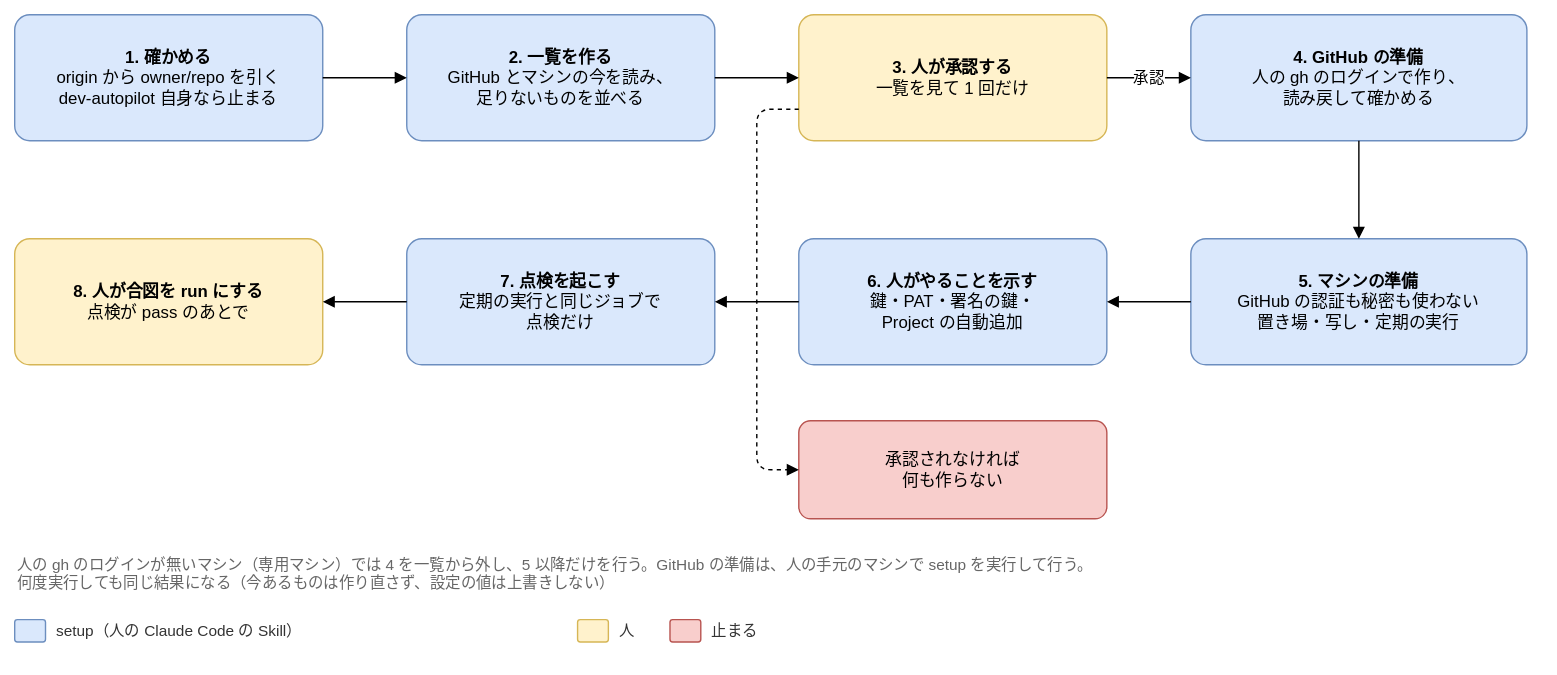
Joymerrevent/dev-autopilot keeps this draw.io diagram as docs/design/basic/diagrams/04-setup-flow.drawio.svg. Above is the earlier version. Source tidied: cells renumbered, new cells last; positions are measured from the earlier drawing's top-left corner, leaving out a move shared by most shapes.
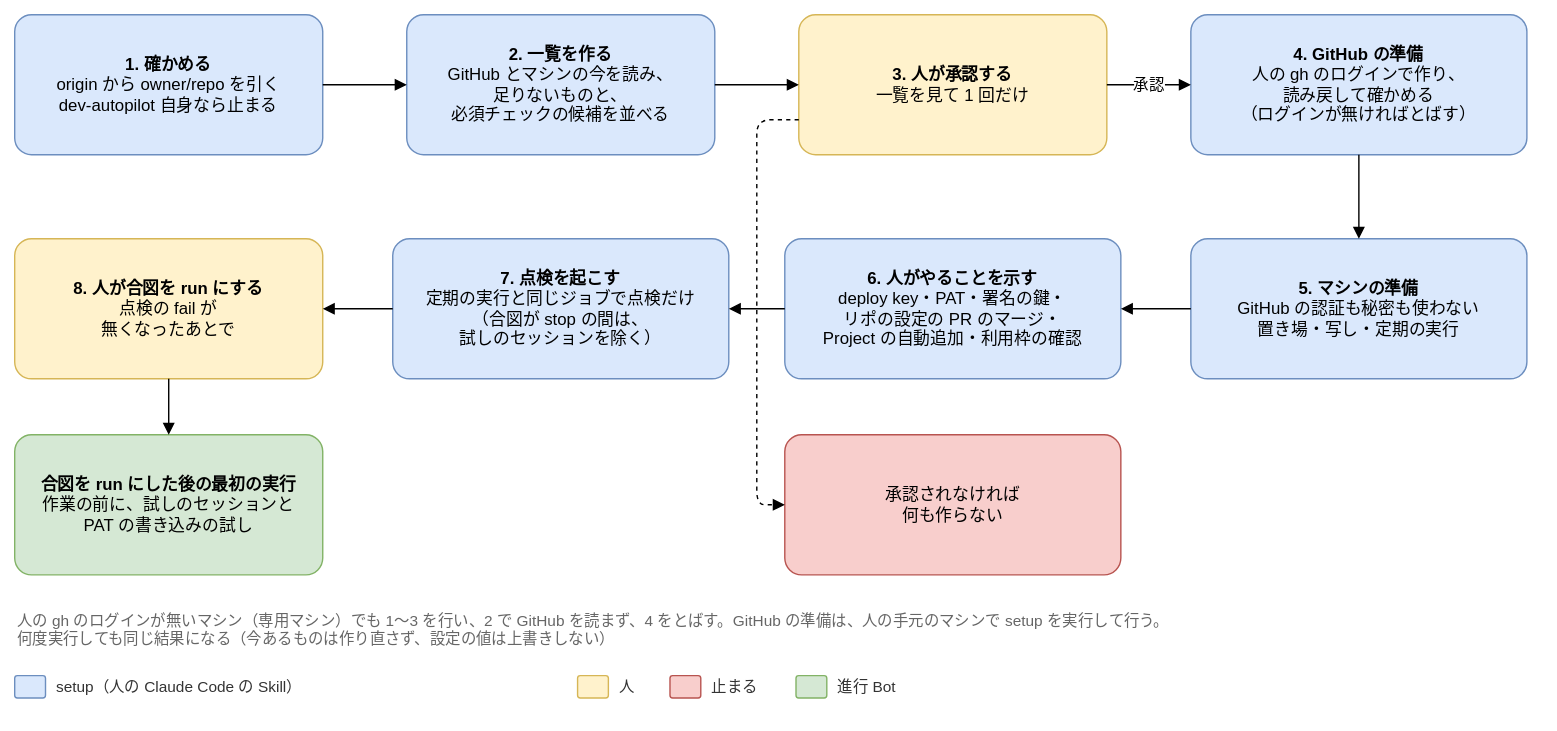
Above is the later version.

The edit, as a diff of the source:
```diff
@@ -3,28 +3,28 @@
     <mxCell id="0" />
     <mxCell id="1" parent="0" />
     <mxCell id="2" value="&lt;b&gt;1. 確かめる&lt;/b&gt;&lt;br&gt;origin から owner/repo を引く&lt;br&gt;dev-autopilot 自身なら止まる" style="rounded=1;whiteSpace=wrap;html=1;fontSize=12;arcSize=12;spacing=12;fillColor=#dae8fc;strokeColor=#6c8ebf;" parent="1" vertex="1">
-      <mxGeometry width="220" height="90" as="geometry" />
+      <mxGeometry width="220" height="100" as="geometry" />
     </mxCell>
-    <mxCell id="3" value="&lt;b&gt;2. 一覧を作る&lt;/b&gt;&lt;br&gt;GitHub とマシンの今を読み、&lt;br&gt;足りないものを並べる" style="rounded=1;whiteSpace=wrap;html=1;fontSize=12;arcSize=12;spacing=12;fillColor=#dae8fc;strokeColor=#6c8ebf;" parent="1" vertex="1">
-      <mxGeometry x="280" width="220" height="90" as="geometry" />
+    <mxCell id="3" value="&lt;b&gt;2. 一覧を作る&lt;/b&gt;&lt;br&gt;GitHub とマシンの今を読み、&lt;br&gt;足りないものと、&lt;br&gt;必須チェックの候補を並べる" style="rounded=1;whiteSpace=wrap;html=1;fontSize=12;arcSize=12;spacing=12;fillColor=#dae8fc;strokeColor=#6c8ebf;" parent="1" vertex="1">
+      <mxGeometry x="280" width="220" height="100" as="geometry" />
     </mxCell>
     <mxCell id="4" value="&lt;b&gt;3. 人が承認する&lt;/b&gt;&lt;br&gt;一覧を見て 1 回だけ" style="rounded=1;whiteSpace=wrap;html=1;fontSize=12;arcSize=12;spacing=12;fillColor=#fff2cc;strokeColor=#d6b656;" parent="1" vertex="1">
-      <mxGeometry x="560" width="220" height="90" as="geometry" />
+      <mxGeometry x="560" width="220" height="100" as="geometry" />
     </mxCell>
-    <mxCell id="5" value="&lt;b&gt;4. GitHub の準備&lt;/b&gt;&lt;br&gt;人の gh のログインで作り、&lt;br&gt;読み戻して確かめる" style="rounded=1;whiteSpace=wrap;html=1;fontSize=12;arcSize=12;spacing=12;fillColor=#dae8fc;strokeColor=#6c8ebf;" parent="1" vertex="1">
-      <mxGeometry x="840" width="240" height="90" as="geometry" />
+    <mxCell id="5" value="&lt;b&gt;4. GitHub の準備&lt;/b&gt;&lt;br&gt;人の gh のログインで作り、&lt;br&gt;読み戻して確かめる&lt;br&gt;（ログインが無ければとばす）" style="rounded=1;whiteSpace=wrap;html=1;fontSize=12;arcSize=12;spacing=12;fillColor=#dae8fc;strokeColor=#6c8ebf;" parent="1" vertex="1">
+      <mxGeometry x="840" width="240" height="100" as="geometry" />
     </mxCell>
     <mxCell id="6" value="&lt;b&gt;5. マシンの準備&lt;/b&gt;&lt;br&gt;GitHub の認証も秘密も使わない&lt;br&gt;置き場・写し・定期の実行" style="rounded=1;whiteSpace=wrap;html=1;fontSize=12;arcSize=12;spacing=12;fillColor=#dae8fc;strokeColor=#6c8ebf;" parent="1" vertex="1">
-      <mxGeometry x="840" y="160" width="240" height="90" as="geometry" />
+      <mxGeometry x="840" y="160" width="240" height="100" as="geometry" />
     </mxCell>
-    <mxCell id="7" value="&lt;b&gt;6. 人がやることを示す&lt;/b&gt;&lt;br&gt;鍵・PAT・署名の鍵・&lt;br&gt;Project の自動追加" style="rounded=1;whiteSpace=wrap;html=1;fontSize=12;arcSize=12;spacing=12;fillColor=#dae8fc;strokeColor=#6c8ebf;" parent="1" vertex="1">
-      <mxGeometry x="560" y="160" width="220" height="90" as="geometry" />
+    <mxCell id="7" value="&lt;b&gt;6. 人がやることを示す&lt;/b&gt;&lt;br&gt;deploy key・PAT・署名の鍵・&lt;br&gt;リポの設定の PR のマージ・&lt;br&gt;Project の自動追加・利用枠の確認" style="rounded=1;whiteSpace=wrap;html=1;fontSize=12;arcSize=12;spacing=12;fillColor=#dae8fc;strokeColor=#6c8ebf;" parent="1" vertex="1">
+      <mxGeometry x="550" y="160" width="240" height="100" as="geometry" />
     </mxCell>
-    <mxCell id="8" value="&lt;b&gt;7. 点検を起こす&lt;/b&gt;&lt;br&gt;定期の実行と同じジョブで&lt;br&gt;点検だけ" style="rounded=1;whiteSpace=wrap;html=1;fontSize=12;arcSize=12;spacing=12;fillColor=#dae8fc;strokeColor=#6c8ebf;" parent="1" vertex="1">
-      <mxGeometry x="280" y="160" width="220" height="90" as="geometry" />
+    <mxCell id="8" value="&lt;b&gt;7. 点検を起こす&lt;/b&gt;&lt;br&gt;定期の実行と同じジョブで点検だけ&lt;br&gt;（合図が stop の間は、&lt;br&gt;試しのセッションを除く）" style="rounded=1;whiteSpace=wrap;html=1;fontSize=12;arcSize=12;spacing=12;fillColor=#dae8fc;strokeColor=#6c8ebf;" parent="1" vertex="1">
+      <mxGeometry x="270" y="160" width="240" height="100" as="geometry" />
     </mxCell>
-    <mxCell id="9" value="&lt;b&gt;8. 人が合図を run にする&lt;/b&gt;&lt;br&gt;点検が pass のあとで" style="rounded=1;whiteSpace=wrap;html=1;fontSize=12;arcSize=12;spacing=12;fillColor=#fff2cc;strokeColor=#d6b656;" parent="1" vertex="1">
-      <mxGeometry y="160" width="220" height="90" as="geometry" />
+    <mxCell id="9" value="&lt;b&gt;8. 人が合図を run にする&lt;/b&gt;&lt;br&gt;点検の fail が&lt;br&gt;無くなったあとで" style="rounded=1;whiteSpace=wrap;html=1;fontSize=12;arcSize=12;spacing=12;fillColor=#fff2cc;strokeColor=#d6b656;" parent="1" vertex="1">
+      <mxGeometry y="160" width="220" height="100" as="geometry" />
     </mxCell>
     <mxCell id="10" style="edgeStyle=orthogonalEdgeStyle;rounded=1;html=1;endArrow=block;endFill=1;fontSize=11;labelBackgroundColor=#ffffff;exitX=1;exitY=0.5;exitDx=0;exitDy=0;entryX=0;entryY=0.5;entryDx=0;entryDy=0;" parent="1" edge="1" source="2" target="3">
       <mxGeometry relative="1" as="geometry" />
@@ -48,36 +48,48 @@
       <mxGeometry relative="1" as="geometry" />
     </mxCell>
     <mxCell id="17" value="承認されなければ&lt;br&gt;何も作らない" style="rounded=1;whiteSpace=wrap;html=1;fontSize=12;arcSize=12;spacing=12;fillColor=#f8cecc;strokeColor=#b85450;" parent="1" vertex="1">
-      <mxGeometry x="560" y="290" width="220" height="70" as="geometry" />
+      <mxGeometry x="550" y="300" width="240" height="100" as="geometry" />
     </mxCell>
     <mxCell id="18" style="edgeStyle=orthogonalEdgeStyle;rounded=1;html=1;endArrow=block;endFill=1;fontSize=11;labelBackgroundColor=#ffffff;dashed=1;exitX=0;exitY=0.75;exitDx=0;exitDy=0;entryX=0;entryY=0.5;entryDx=0;entryDy=0;" parent="1" edge="1" source="4" target="17">
       <mxGeometry relative="1" as="geometry">
         <Array as="points">
-          <mxPoint x="530" y="67.5" />
-          <mxPoint x="530" y="325" />
+          <mxPoint x="530" y="75" />
+          <mxPoint x="530" y="350" />
         </Array>
       </mxGeometry>
     </mxCell>
-    <mxCell id="19" value="人の gh のログインが無いマシン（専用マシン）では 4 を一覧から外し、5 以降だけを行う。GitHub の準備は、人の手元のマシンで setup を実行して行う。&lt;br&gt;何度実行しても同じ結果になる（今あるものは作り直さず、設定の値は上書きしない）" style="text;html=1;whiteSpace=wrap;align=left;verticalAlign=top;fontSize=11;fontColor=#666666;" parent="1" vertex="1">
-      <mxGeometry y="380" width="1080" height="36" as="geometry" />
+    <mxCell id="19" value="人の gh のログインが無いマシン（専用マシン）でも 1〜3 を行い、2 で GitHub を読まず、4 をとばす。GitHub の準備は、人の手元のマシンで setup を実行して行う。&lt;br&gt;何度実行しても同じ結果になる（今あるものは作り直さず、設定の値は上書きしない）" style="text;html=1;whiteSpace=wrap;align=left;verticalAlign=top;fontSize=11;fontColor=#666666;" parent="1" vertex="1">
+      <mxGeometry y="420" width="1080" height="36" as="geometry" />
     </mxCell>
     <mxCell id="20" style="rounded=1;whiteSpace=wrap;html=1;fontSize=12;arcSize=12;spacing=12;fillColor=#dae8fc;strokeColor=#6c8ebf;" parent="1" vertex="1">
-      <mxGeometry y="432" width="22" height="16" as="geometry" />
+      <mxGeometry y="472" width="22" height="16" as="geometry" />
     </mxCell>
     <mxCell id="21" value="setup（人の Claude Code の Skill）" style="text;html=1;align=left;verticalAlign=middle;fontSize=11;fontColor=#333333;" parent="1" vertex="1">
-      <mxGeometry x="28" y="430" width="358" height="20" as="geometry" />
+      <mxGeometry x="28" y="470" width="358" height="20" as="geometry" />
     </mxCell>
     <mxCell id="22" style="rounded=1;whiteSpace=wrap;html=1;fontSize=12;arcSize=12;spacing=12;fillColor=#fff2cc;strokeColor=#d6b656;" parent="1" vertex="1">
-      <mxGeometry x="402" y="432" width="22" height="16" as="geometry" />
+      <mxGeometry x="402" y="472" width="22" height="16" as="geometry" />
     </mxCell>
     <mxCell id="23" value="人" style="text;html=1;align=left;verticalAlign=middle;fontSize=11;fontColor=#333333;" parent="1" vertex="1">
-      <mxGeometry x="430" y="430" width="22" height="20" as="geometry" />
+      <mxGeometry x="430" y="470" width="22" height="20" as="geometry" />
     </mxCell>
     <mxCell id="24" style="rounded=1;whiteSpace=wrap;html=1;fontSize=12;arcSize=12;spacing=12;fillColor=#f8cecc;strokeColor=#b85450;" parent="1" vertex="1">
-      <mxGeometry x="468" y="432" width="22" height="16" as="geometry" />
+      <mxGeometry x="468" y="472" width="22" height="16" as="geometry" />
     </mxCell>
     <mxCell id="25" value="止まる" style="text;html=1;align=left;verticalAlign=middle;fontSize=11;fontColor=#333333;" parent="1" vertex="1">
-      <mxGeometry x="496" y="430" width="46" height="20" as="geometry" />
+      <mxGeometry x="496" y="470" width="46" height="20" as="geometry" />
     </mxCell>
+    <mxCell id="26" value="&lt;b&gt;合図を run にした後の最初の実行&lt;/b&gt;&lt;br&gt;作業の前に、試しのセッションと&lt;br&gt;PAT の書き込みの試し" style="rounded=1;whiteSpace=wrap;html=1;fontSize=12;arcSize=12;spacing=12;fillColor=#d5e8d4;strokeColor=#82b366;" parent="1" vertex="1">
+      <mxGeometry y="300" width="220" height="100" as="geometry" />
+    </mxCell>
+    <mxCell id="27" style="edgeStyle=orthogonalEdgeStyle;rounded=1;html=1;endArrow=block;endFill=1;fontSize=11;labelBackgroundColor=#ffffff;exitX=0.5;exitY=1;exitDx=0;exitDy=0;entryX=0.5;entryY=0;entryDx=0;entryDy=0;" parent="1" edge="1" source="9" target="26">
+      <mxGeometry relative="1" as="geometry" />
+    </mxCell>
+    <mxCell id="28" style="rounded=1;whiteSpace=wrap;html=1;fontSize=12;arcSize=12;spacing=12;fillColor=#d5e8d4;strokeColor=#82b366;" parent="1" vertex="1">
+      <mxGeometry x="558" y="472" width="22" height="16" as="geometry" />
+    </mxCell>
+    <mxCell id="29" value="進行 Bot" style="text;html=1;align=left;verticalAlign=middle;fontSize=11;fontColor=#333333;" parent="1" vertex="1">
+      <mxGeometry x="586" y="470" width="82" height="20" as="geometry" />
+    </mxCell>
   </root>
 </mxGraphModel>
```
